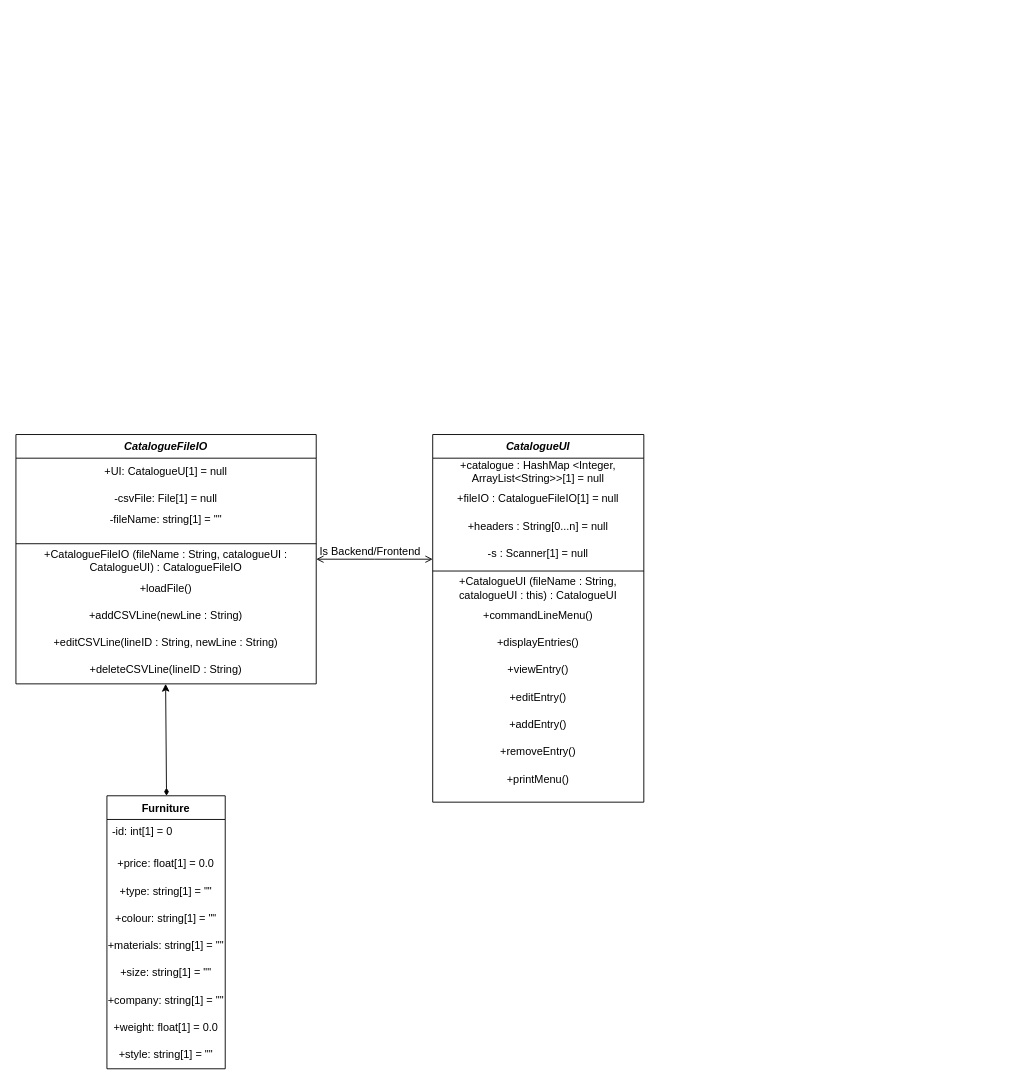
The draw.io diagram documents/Furniture Catalogue UML.drawio in djleamen/nanonest, before the edit. Source tidied: cells renumbered, new cells numbered last; positions are measured from the earlier drawing's top-left corner, leaving out a move shared by most shapes. Both pictures are drawn from the tidied source at 91%, with x=0, y=0 at pixel (15, 434).
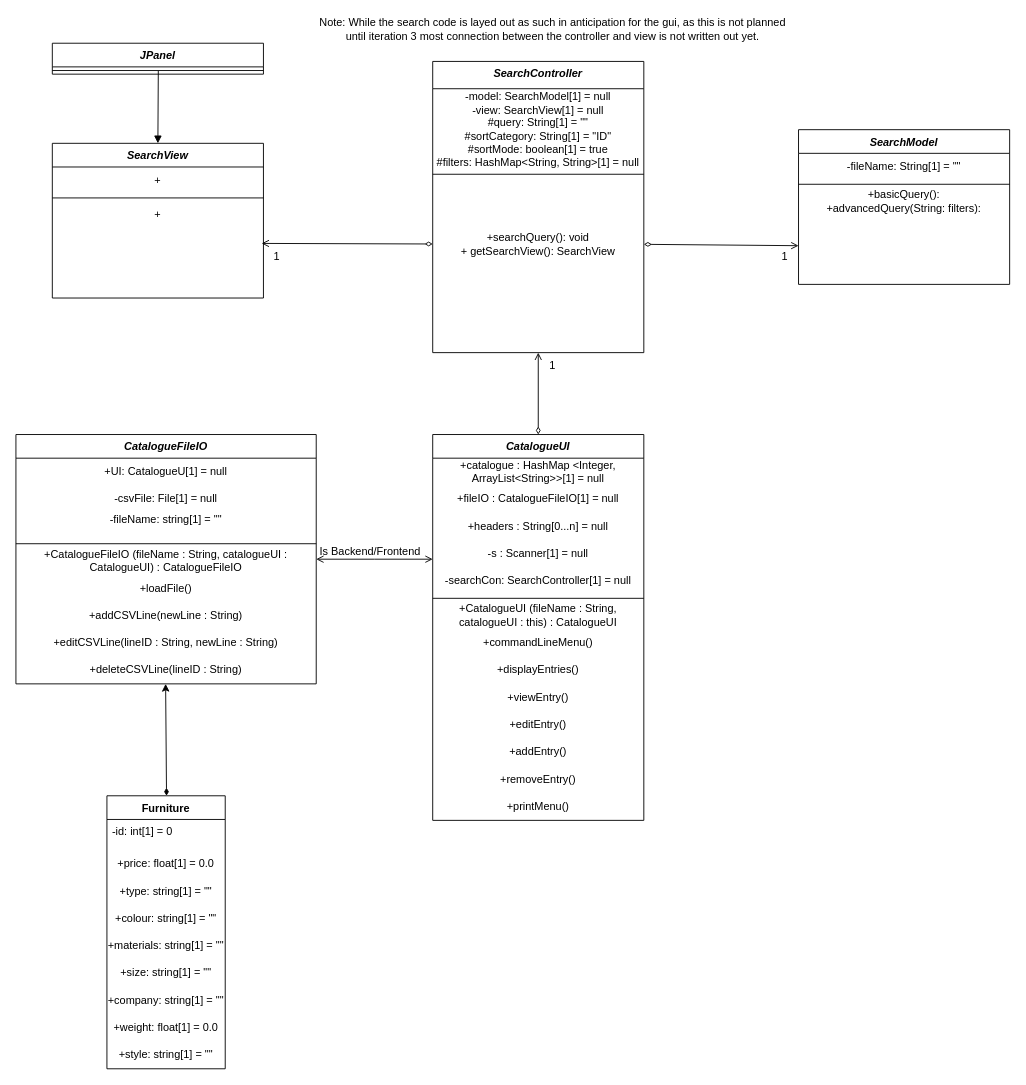
The same diagram, later.

Commit message (it also covers changes not shown here):
Updated UML diagram to include search classes (currently unfinished).

Change to the diagram source:
```diff
@@
     <mxCell id="22" value="CatalogueUI" style="swimlane;fontStyle=3;align=center;verticalAlign=top;horizontal=1;startSize=26;rounded=0;shadow=0;strokeWidth=1;" parent="1" vertex="1">
-      <mxGeometry x="458" width="232" height="404" as="geometry" />
+      <mxGeometry x="458" width="232" height="424" as="geometry" />
     </mxCell>
@@
+    <mxCell id="39" value="-searchCon: SearchController[1] = null" style="text;html=1;align=center;verticalAlign=middle;whiteSpace=wrap;rounded=0;" parent="22" vertex="1">
+      <mxGeometry y="146" width="232" height="30" as="geometry" />
+    </mxCell>
     <mxCell id="27" style="line;html=1;strokeWidth=1;align=left;verticalAlign=middle;spacingTop=-1;spacingLeft=3;spacingRight=3;labelPosition=right;" parent="22" vertex="1">
-      <mxGeometry y="146" width="232" height="8" as="geometry" />
+      <mxGeometry y="176" width="232" height="8" as="geometry" />
     </mxCell>
     <mxCell id="28" value="+CatalogueUI (fileName : String, catalogueUI : this) : CatalogueUI" style="text;html=1;align=center;verticalAlign=middle;whiteSpace=wrap;rounded=0;" parent="22" vertex="1">
-      <mxGeometry y="154" width="232" height="30" as="geometry" />
+      <mxGeometry y="184" width="232" height="30" as="geometry" />
     </mxCell>
     <mxCell id="29" value="+commandLineMenu()" style="text;html=1;align=center;verticalAlign=middle;whiteSpace=wrap;rounded=0;" parent="22" vertex="1">
-      <mxGeometry y="184" width="232" height="30" as="geometry" />
+      <mxGeometry y="214" width="232" height="30" as="geometry" />
     </mxCell>
     <mxCell id="30" value="+displayEntries()" style="text;html=1;align=center;verticalAlign=middle;whiteSpace=wrap;rounded=0;" parent="22" vertex="1">
-      <mxGeometry y="214" width="232" height="30" as="geometry" />
+      <mxGeometry y="244" width="232" height="30" as="geometry" />
     </mxCell>
     <mxCell id="31" value="+viewEntry()" style="text;html=1;align=center;verticalAlign=middle;whiteSpace=wrap;rounded=0;" parent="22" vertex="1">
-      <mxGeometry y="244" width="232" height="30" as="geometry" />
+      <mxGeometry y="274" width="232" height="30" as="geometry" />
     </mxCell>
     <mxCell id="32" value="+editEntry()" style="text;html=1;align=center;verticalAlign=middle;whiteSpace=wrap;rounded=0;" parent="22" vertex="1">
-      <mxGeometry y="274" width="232" height="30" as="geometry" />
+      <mxGeometry y="304" width="232" height="30" as="geometry" />
     </mxCell>
     <mxCell id="33" value="+addEntry()" style="text;html=1;align=center;verticalAlign=middle;whiteSpace=wrap;rounded=0;" parent="22" vertex="1">
-      <mxGeometry y="304" width="232" height="30" as="geometry" />
+      <mxGeometry y="334" width="232" height="30" as="geometry" />
     </mxCell>
     <mxCell id="34" value="+removeEntry()" style="text;html=1;align=center;verticalAlign=middle;whiteSpace=wrap;rounded=0;" parent="22" vertex="1">
-      <mxGeometry y="334" width="232" height="30" as="geometry" />
+      <mxGeometry y="364" width="232" height="30" as="geometry" />
     </mxCell>
     <mxCell id="35" value="+printMenu()" style="text;html=1;align=center;verticalAlign=middle;whiteSpace=wrap;rounded=0;" parent="22" vertex="1">
-      <mxGeometry y="364" width="232" height="30" as="geometry" />
+      <mxGeometry y="394" width="232" height="30" as="geometry" />
     </mxCell>
@@
+    <mxCell id="40" value="SearchView" style="swimlane;fontStyle=3;align=center;verticalAlign=top;horizontal=1;startSize=26;rounded=0;shadow=0;strokeWidth=1;" parent="1" vertex="1">
+      <mxGeometry x="40" y="-320" width="232" height="170" as="geometry" />
+    </mxCell>
+    <mxCell id="41" value="+" style="text;html=1;align=center;verticalAlign=middle;whiteSpace=wrap;rounded=0;" parent="40" vertex="1">
+      <mxGeometry y="26" width="232" height="30" as="geometry" />
+    </mxCell>
+    <mxCell id="42" style="line;html=1;strokeWidth=1;align=left;verticalAlign=middle;spacingTop=-1;spacingLeft=3;spacingRight=3;labelPosition=right;" parent="40" vertex="1">
+      <mxGeometry y="56" width="232" height="8" as="geometry" />
+    </mxCell>
+    <mxCell id="43" value="+" style="text;html=1;align=center;verticalAlign=middle;whiteSpace=wrap;rounded=0;" parent="40" vertex="1">
+      <mxGeometry y="64" width="232" height="30" as="geometry" />
+    </mxCell>
+    <mxCell id="44" value="SearchModel" style="swimlane;fontStyle=3;align=center;verticalAlign=top;horizontal=1;startSize=26;rounded=0;shadow=0;strokeWidth=1;" parent="1" vertex="1">
+      <mxGeometry x="860" y="-335" width="232" height="170" as="geometry" />
+    </mxCell>
+    <mxCell id="45" value="-fileName: String[1] = &quot;&quot;" style="text;html=1;align=center;verticalAlign=middle;whiteSpace=wrap;rounded=0;" parent="44" vertex="1">
+      <mxGeometry y="26" width="232" height="30" as="geometry" />
+    </mxCell>
+    <mxCell id="46" style="line;html=1;strokeWidth=1;align=left;verticalAlign=middle;spacingTop=-1;spacingLeft=3;spacingRight=3;labelPosition=right;" parent="44" vertex="1">
+      <mxGeometry y="56" width="232" height="8" as="geometry" />
+    </mxCell>
+    <mxCell id="47" value="&lt;div&gt;+basicQuery():&lt;/div&gt;+advancedQuery(String: filters):" style="text;html=1;align=center;verticalAlign=middle;whiteSpace=wrap;rounded=0;" parent="44" vertex="1">
+      <mxGeometry y="64" width="232" height="30" as="geometry" />
+    </mxCell>
+    <mxCell id="48" value="SearchController" style="swimlane;fontStyle=3;align=center;verticalAlign=top;horizontal=1;startSize=30;rounded=0;shadow=0;strokeWidth=1;" parent="1" vertex="1">
+      <mxGeometry x="458" y="-410" width="232" height="320" as="geometry" />
+    </mxCell>
+    <mxCell id="49" value="-model: SearchModel[1] = null&lt;div&gt;-view: SearchView[1] = null&lt;/div&gt;&lt;div&gt;#query: String[1] = &quot;&quot;&lt;/div&gt;&lt;div&gt;#sortCategory: String[1] = &quot;ID&quot;&lt;/div&gt;&lt;div&gt;#sortMode: boolean[1] = true&lt;/div&gt;&lt;div&gt;#filters: HashMap&amp;lt;String, String&amp;gt;[1] = null&lt;/div&gt;" style="text;html=1;align=center;verticalAlign=middle;whiteSpace=wrap;rounded=0;" parent="48" vertex="1">
+      <mxGeometry y="30" width="232" height="90" as="geometry" />
+    </mxCell>
+    <mxCell id="50" style="line;html=1;strokeWidth=1;align=left;verticalAlign=middle;spacingTop=-1;spacingLeft=3;spacingRight=3;labelPosition=right;" parent="48" vertex="1">
+      <mxGeometry y="120" width="232" height="8" as="geometry" />
+    </mxCell>
+    <mxCell id="51" value="+searchQuery(): void&lt;div&gt;+ getSearchView(): SearchView&lt;/div&gt;" style="text;html=1;align=center;verticalAlign=middle;whiteSpace=wrap;rounded=0;" parent="48" vertex="1">
+      <mxGeometry y="128" width="232" height="146" as="geometry" />
+    </mxCell>
+    <mxCell id="52" value="Note: While the search code is layed out as such in anticipation for the gui, as this is not planned&lt;div&gt;until iteration 3 most connection between the controller and view is not written out yet.&lt;/div&gt;" style="text;html=1;align=center;verticalAlign=middle;whiteSpace=wrap;rounded=0;" parent="1" vertex="1">
+      <mxGeometry x="330" y="-460" width="520" height="30" as="geometry" />
+    </mxCell>
+    <mxCell id="53" value="JPanel" style="swimlane;fontStyle=3;align=center;verticalAlign=top;horizontal=1;startSize=26;rounded=0;shadow=0;strokeWidth=1;" parent="1" vertex="1">
+      <mxGeometry x="40" y="-430" width="232" height="34" as="geometry" />
+    </mxCell>
+    <mxCell id="54" style="line;html=1;strokeWidth=1;align=left;verticalAlign=middle;spacingTop=-1;spacingLeft=3;spacingRight=3;labelPosition=right;points=[];portConstraint=eastwest;" parent="53" vertex="1">
+      <mxGeometry y="26" width="232" height="8" as="geometry" />
+    </mxCell>
+    <mxCell id="55" style="endArrow=block;html=1;rounded=0;entryX=0.5;entryY=0;entryDx=0;entryDy=0;exitX=0.502;exitY=0.554;exitDx=0;exitDy=0;exitPerimeter=0;endFill=1;" parent="1" edge="1" source="54" target="40">
+      <mxGeometry relative="1" as="geometry" />
+    </mxCell>
+    <mxCell id="56" style="endArrow=open;html=1;rounded=0;endFill=0;startArrow=diamondThin;startFill=0;strokeWidth=1;" parent="1" edge="1" source="51">
+      <mxGeometry relative="1" as="geometry">
+        <mxPoint x="270" y="-210" as="targetPoint" />
+      </mxGeometry>
+    </mxCell>
+    <mxCell id="57" value="1" style="text;html=1;align=center;verticalAlign=middle;whiteSpace=wrap;rounded=0;" parent="1" vertex="1">
+      <mxGeometry x="272" y="-200" width="30" height="10" as="geometry" />
+    </mxCell>
+    <mxCell id="58" style="endArrow=open;html=1;rounded=0;exitX=1;exitY=0.5;exitDx=0;exitDy=0;entryX=0;entryY=0.75;entryDx=0;entryDy=0;endFill=0;startArrow=diamondThin;startFill=0;" parent="1" edge="1" source="51" target="44">
+      <mxGeometry relative="1" as="geometry" />
+    </mxCell>
+    <mxCell id="59" value="1" style="text;html=1;align=center;verticalAlign=middle;whiteSpace=wrap;rounded=0;" parent="1" vertex="1">
+      <mxGeometry x="830" y="-200" width="30" height="10" as="geometry" />
+    </mxCell>
+    <mxCell id="60" style="endArrow=open;html=1;rounded=0;exitX=0.5;exitY=0;exitDx=0;exitDy=0;entryX=0.5;entryY=1;entryDx=0;entryDy=0;endFill=0;startArrow=diamondThin;startFill=0;strokeWidth=1;" parent="1" edge="1" source="22" target="48">
+      <mxGeometry relative="1" as="geometry" />
+    </mxCell>
+    <mxCell id="61" value="1" style="text;html=1;align=center;verticalAlign=middle;whiteSpace=wrap;rounded=0;" parent="1" vertex="1">
+      <mxGeometry x="575" y="-80" width="30" height="10" as="geometry" />
+    </mxCell>
```
